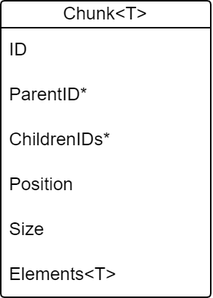
Above: thesis/src/images/Chunk.png in Giulcoo/bachelor-thesis (draw.io), before the change. Source tidied: cells renumbered, new cells last; positions are measured from the earlier drawing's top-left corner, leaving out a move shared by most shapes. Source of this version:
```xml
<mxGraphModel>
  <root>
    <mxCell id="0" />
    <mxCell id="1" parent="0" />
    <mxCell id="2" value="Chunk&amp;lt;T&amp;gt;" style="swimlane;fontStyle=0;horizontal=1;startSize=18;whiteSpace=wrap;html=1;absoluteArcSize=1;arcSize=5;rounded=1;" parent="1" vertex="1">
      <mxGeometry width="140" height="198" as="geometry" />
    </mxCell>
    <mxCell id="3" value="ID" style="text;strokeColor=none;fillColor=none;align=left;verticalAlign=middle;spacingLeft=4;spacingRight=4;overflow=hidden;whiteSpace=wrap;html=1;" parent="2" vertex="1">
      <mxGeometry y="18" width="140" height="30" as="geometry" />
    </mxCell>
    <mxCell id="4" value="ParentID*" style="text;strokeColor=none;fillColor=none;align=left;verticalAlign=middle;spacingLeft=4;spacingRight=4;overflow=hidden;whiteSpace=wrap;html=1;" parent="2" vertex="1">
      <mxGeometry y="48" width="140" height="30" as="geometry" />
    </mxCell>
    <mxCell id="5" value="ChildrenIDs*" style="text;strokeColor=none;fillColor=none;align=left;verticalAlign=middle;spacingLeft=4;spacingRight=4;overflow=hidden;whiteSpace=wrap;html=1;" parent="2" vertex="1">
      <mxGeometry y="78" width="140" height="30" as="geometry" />
    </mxCell>
    <mxCell id="6" value="Position" style="text;strokeColor=none;fillColor=none;align=left;verticalAlign=middle;spacingLeft=4;spacingRight=4;overflow=hidden;whiteSpace=wrap;html=1;" parent="2" vertex="1">
      <mxGeometry y="108" width="140" height="30" as="geometry" />
    </mxCell>
    <mxCell id="7" value="Size" style="text;strokeColor=none;fillColor=none;align=left;verticalAlign=middle;spacingLeft=4;spacingRight=4;overflow=hidden;whiteSpace=wrap;html=1;" parent="2" vertex="1">
      <mxGeometry y="138" width="140" height="30" as="geometry" />
    </mxCell>
    <mxCell id="8" value="Elements&amp;lt;T&amp;gt;" style="text;strokeColor=none;fillColor=none;align=left;verticalAlign=middle;spacingLeft=4;spacingRight=4;overflow=hidden;whiteSpace=wrap;html=1;" parent="2" vertex="1">
      <mxGeometry y="168" width="140" height="30" as="geometry" />
    </mxCell>
  </root>
</mxGraphModel>
```
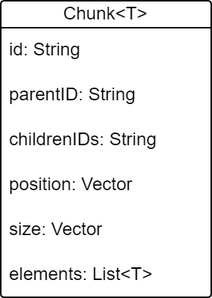
After the commit.

Diff of the diagram source:
```diff
@@ -5,22 +5,22 @@
     <mxCell id="2" value="Chunk&amp;lt;T&amp;gt;" style="swimlane;fontStyle=0;horizontal=1;startSize=18;whiteSpace=wrap;html=1;absoluteArcSize=1;arcSize=5;rounded=1;" parent="1" vertex="1">
       <mxGeometry width="140" height="198" as="geometry" />
     </mxCell>
-    <mxCell id="3" value="ID" style="text;strokeColor=none;fillColor=none;align=left;verticalAlign=middle;spacingLeft=4;spacingRight=4;overflow=hidden;whiteSpace=wrap;html=1;" parent="2" vertex="1">
+    <mxCell id="3" value="id: String" style="text;strokeColor=none;fillColor=none;align=left;verticalAlign=middle;spacingLeft=4;spacingRight=4;overflow=hidden;whiteSpace=wrap;html=1;" parent="2" vertex="1">
       <mxGeometry y="18" width="140" height="30" as="geometry" />
     </mxCell>
-    <mxCell id="4" value="ParentID*" style="text;strokeColor=none;fillColor=none;align=left;verticalAlign=middle;spacingLeft=4;spacingRight=4;overflow=hidden;whiteSpace=wrap;html=1;" parent="2" vertex="1">
+    <mxCell id="4" value="parentID: String" style="text;strokeColor=none;fillColor=none;align=left;verticalAlign=middle;spacingLeft=4;spacingRight=4;overflow=hidden;whiteSpace=wrap;html=1;" parent="2" vertex="1">
       <mxGeometry y="48" width="140" height="30" as="geometry" />
     </mxCell>
-    <mxCell id="5" value="ChildrenIDs*" style="text;strokeColor=none;fillColor=none;align=left;verticalAlign=middle;spacingLeft=4;spacingRight=4;overflow=hidden;whiteSpace=wrap;html=1;" parent="2" vertex="1">
+    <mxCell id="5" value="childrenIDs: String" style="text;strokeColor=none;fillColor=none;align=left;verticalAlign=middle;spacingLeft=4;spacingRight=4;overflow=hidden;whiteSpace=wrap;html=1;" parent="2" vertex="1">
       <mxGeometry y="78" width="140" height="30" as="geometry" />
     </mxCell>
-    <mxCell id="6" value="Position" style="text;strokeColor=none;fillColor=none;align=left;verticalAlign=middle;spacingLeft=4;spacingRight=4;overflow=hidden;whiteSpace=wrap;html=1;" parent="2" vertex="1">
+    <mxCell id="6" value="position: Vector" style="text;strokeColor=none;fillColor=none;align=left;verticalAlign=middle;spacingLeft=4;spacingRight=4;overflow=hidden;whiteSpace=wrap;html=1;" parent="2" vertex="1">
       <mxGeometry y="108" width="140" height="30" as="geometry" />
     </mxCell>
-    <mxCell id="7" value="Size" style="text;strokeColor=none;fillColor=none;align=left;verticalAlign=middle;spacingLeft=4;spacingRight=4;overflow=hidden;whiteSpace=wrap;html=1;" parent="2" vertex="1">
+    <mxCell id="7" value="size: Vector" style="text;strokeColor=none;fillColor=none;align=left;verticalAlign=middle;spacingLeft=4;spacingRight=4;overflow=hidden;whiteSpace=wrap;html=1;" parent="2" vertex="1">
       <mxGeometry y="138" width="140" height="30" as="geometry" />
     </mxCell>
-    <mxCell id="8" value="Elements&amp;lt;T&amp;gt;" style="text;strokeColor=none;fillColor=none;align=left;verticalAlign=middle;spacingLeft=4;spacingRight=4;overflow=hidden;whiteSpace=wrap;html=1;" parent="2" vertex="1">
+    <mxCell id="8" value="elements: List&amp;lt;T&amp;gt;" style="text;strokeColor=none;fillColor=none;align=left;verticalAlign=middle;spacingLeft=4;spacingRight=4;overflow=hidden;whiteSpace=wrap;html=1;" parent="2" vertex="1">
       <mxGeometry y="168" width="140" height="30" as="geometry" />
     </mxCell>
   </root>
```
